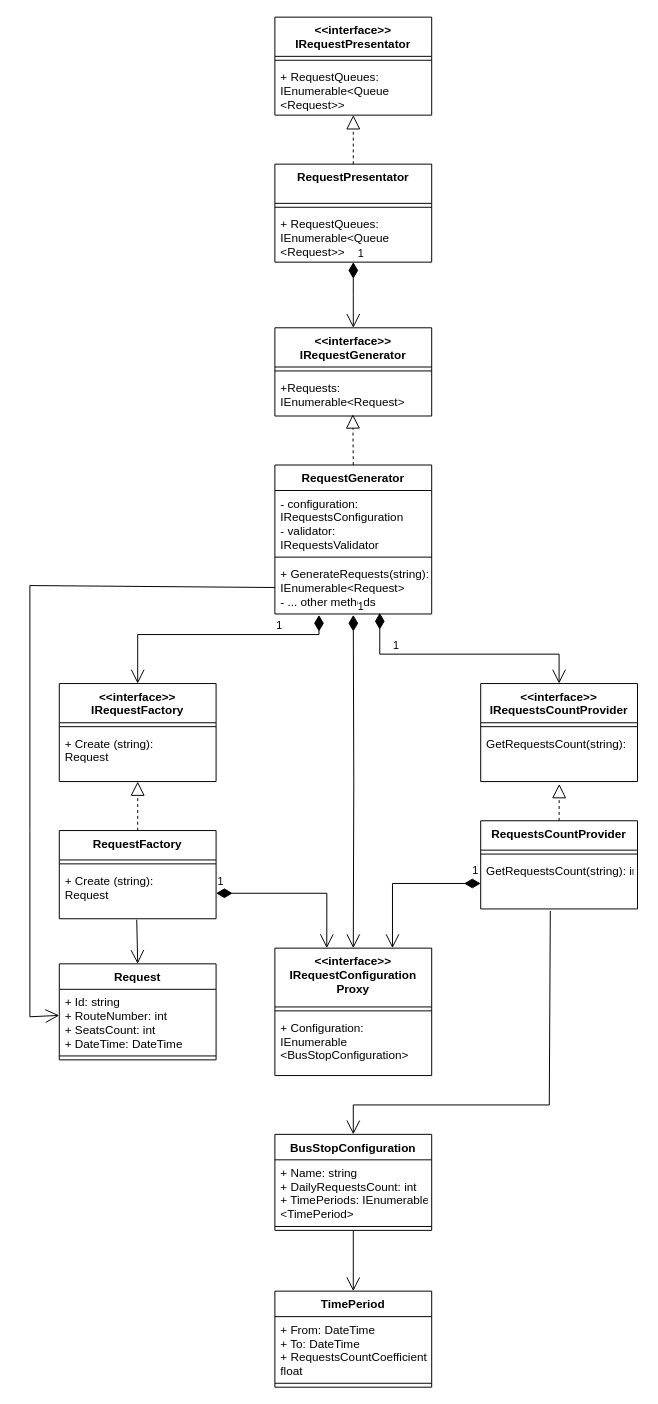
vangaru/TransportRequestsScheduler keeps this draw.io diagram as Documentation/Diagrams/RequestsInteractorDiagram.drawio. Above is the earlier version. Source tidied: cells renumbered, new cells numbered last; positions are measured from the earlier drawing's top-left corner, leaving out a move shared by most shapes. Both pictures are drawn from the tidied source at 98%, with x=0, y=0 at pixel (29, 17).
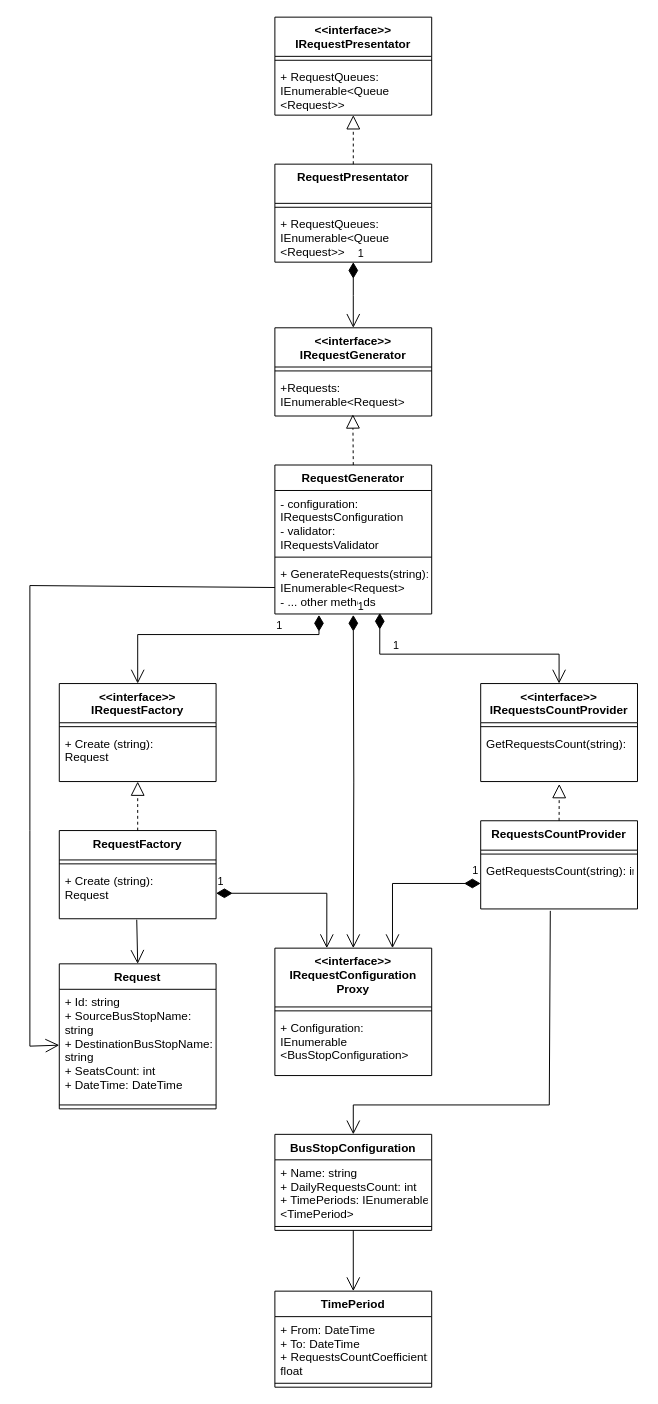
The same page after the edit.

Commit message:
update Request class fields

Unchanged cells that the change refers to:
```xml
<mxCell id="8" value="+ GenerateRequests(string):&#10;IEnumerable&lt;Request&gt;&#10;- ... other methods" style="text;strokeColor=none;fillColor=none;align=left;verticalAlign=top;spacingLeft=4;spacingRight=4;overflow=hidden;points=[[0,0.5],[1,0.5]];portConstraint=eastwest;" parent="5" vertex="1">
  <mxGeometry y="98" width="160" height="54" as="geometry" />
</mxCell>
```

What changed in the source:
```diff
@@
     <mxCell id="14" value="Request" style="swimlane;fontStyle=1;align=center;verticalAlign=top;horizontal=1;startSize=26;" parent="1" vertex="1">
-      <mxGeometry x="30" y="966" width="160" height="98" as="geometry" />
+      <mxGeometry x="30" y="966" width="160" height="148" as="geometry" />
     </mxCell>
-    <mxCell id="15" value="+ Id: string&#10;+ RouteNumber: int&#10;+ SeatsCount: int&#10;+ DateTime: DateTime" style="text;strokeColor=none;fillColor=none;align=left;verticalAlign=top;spacingLeft=4;spacingRight=4;overflow=hidden;points=[[0,0.5],[1,0.5]];portConstraint=eastwest;" parent="14" vertex="1">
-      <mxGeometry y="26" width="160" height="64" as="geometry" />
+    <mxCell id="15" value="+ Id: string&#10;+ SourceBusStopName: &#10;string&#10;+ DestinationBusStopName:&#10;string&#10;+ SeatsCount: int&#10;+ DateTime: DateTime" style="text;strokeColor=none;fillColor=none;align=left;verticalAlign=top;spacingLeft=4;spacingRight=4;overflow=hidden;points=[[0,0.5],[1,0.5]];portConstraint=eastwest;" parent="14" vertex="1">
+      <mxGeometry y="26" width="160" height="114" as="geometry" />
     </mxCell>
     <mxCell id="16" style="line;strokeWidth=1;fillColor=none;align=left;verticalAlign=middle;spacingTop=-1;spacingLeft=3;spacingRight=3;labelPosition=right;" parent="14" vertex="1">
-      <mxGeometry y="90" width="160" height="8" as="geometry" />
+      <mxGeometry y="140" width="160" height="8" as="geometry" />
     </mxCell>
@@
-    <mxCell id="44" style="endArrow=open;endFill=1;endSize=12;html=1;rounded=0;exitX=0;exitY=0.5;exitDx=0;exitDy=0;" parent="1" edge="1" source="8" target="14">
+    <mxCell id="44" style="endArrow=open;endFill=1;endSize=12;html=1;rounded=0;exitX=0;exitY=0.5;exitDx=0;exitDy=0;entryX=0;entryY=0.5;entryDx=0;entryDy=0;" parent="1" edge="1" source="8" target="15">
       <mxGeometry relative="1" as="geometry">
         <Array as="points">
           <mxPoint y="580" />
           <mxPoint y="830" />
-          <mxPoint y="1020" />
+          <mxPoint y="1050" />
         </Array>
       </mxGeometry>
     </mxCell>
```
